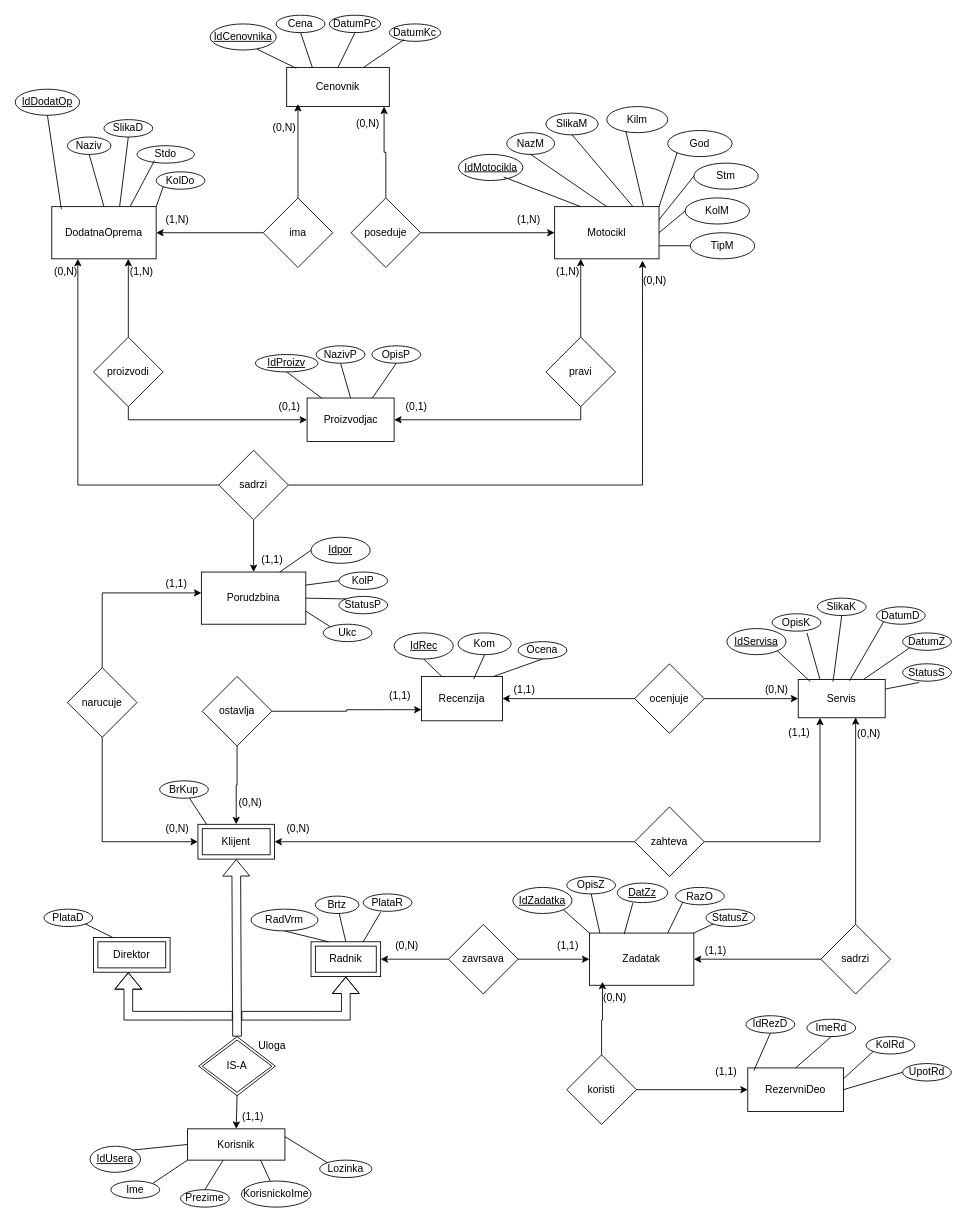
This is EER_Model.drawio from StefanRadasinovic/DiplomskiRAD, a draw.io file, before an edit. Source tidied: cells renumbered, new cells numbered last; positions are measured from the earlier drawing's top-left corner, leaving out a move shared by most shapes. Both pictures are drawn from the tidied source at 87%, with x=0, y=0 at pixel (15, 15).
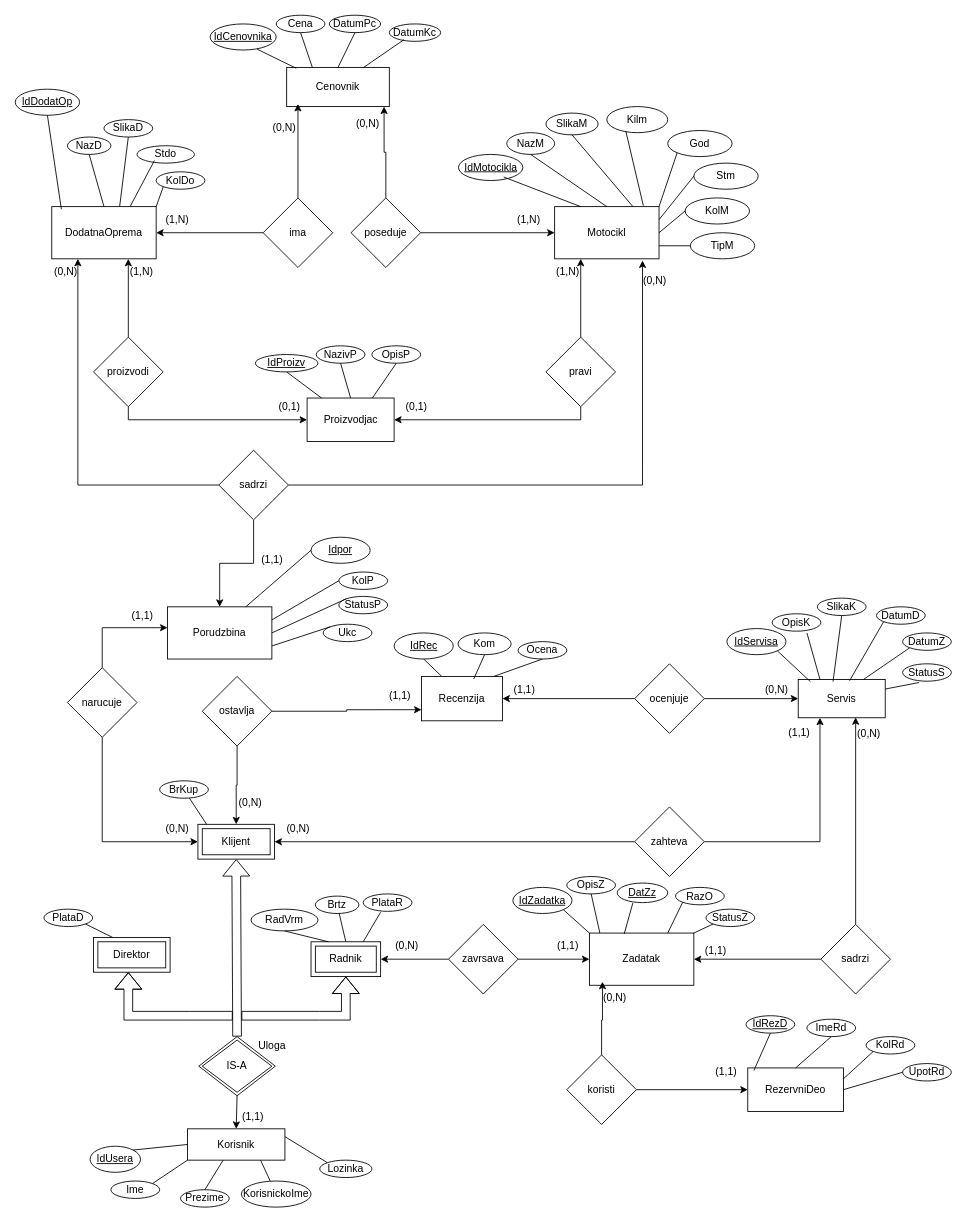
After the change.

What changed in the source:
```diff
@@
     <mxCell id="30" value="Porudzbina" style="rounded=0;whiteSpace=wrap;html=1;" parent="1" vertex="1">
-      <mxGeometry x="214" y="640" width="120" height="60" as="geometry" />
+      <mxGeometry x="175" y="680" width="120" height="60" as="geometry" />
     </mxCell>
@@
-    <mxCell id="38" value="Naziv" style="ellipse;whiteSpace=wrap;html=1;align=center;" parent="1" vertex="1">
+    <mxCell id="38" value="NazD" style="ellipse;whiteSpace=wrap;html=1;align=center;" parent="1" vertex="1">
       <mxGeometry x="60" y="140" width="50" height="20" as="geometry" />
     </mxCell>
@@
     <mxCell id="83" value="(1,1)" style="text;html=1;align=center;verticalAlign=middle;strokeColor=none;fillColor=none;" parent="1" vertex="1">
-      <mxGeometry x="161" y="640" width="48" height="28" as="geometry" />
+      <mxGeometry x="122" y="677" width="48" height="28" as="geometry" />
     </mxCell>
@@
-    <mxCell id="174" value="IdRezD" style="ellipse;whiteSpace=wrap;html=1;align=center;" parent="1" vertex="1">
+    <mxCell id="174" value="&lt;u&gt;IdRezD&lt;/u&gt;" style="ellipse;whiteSpace=wrap;html=1;align=center;" parent="1" vertex="1">
       <mxGeometry x="840" y="1150" width="56" height="20" as="geometry" />
     </mxCell>
```
